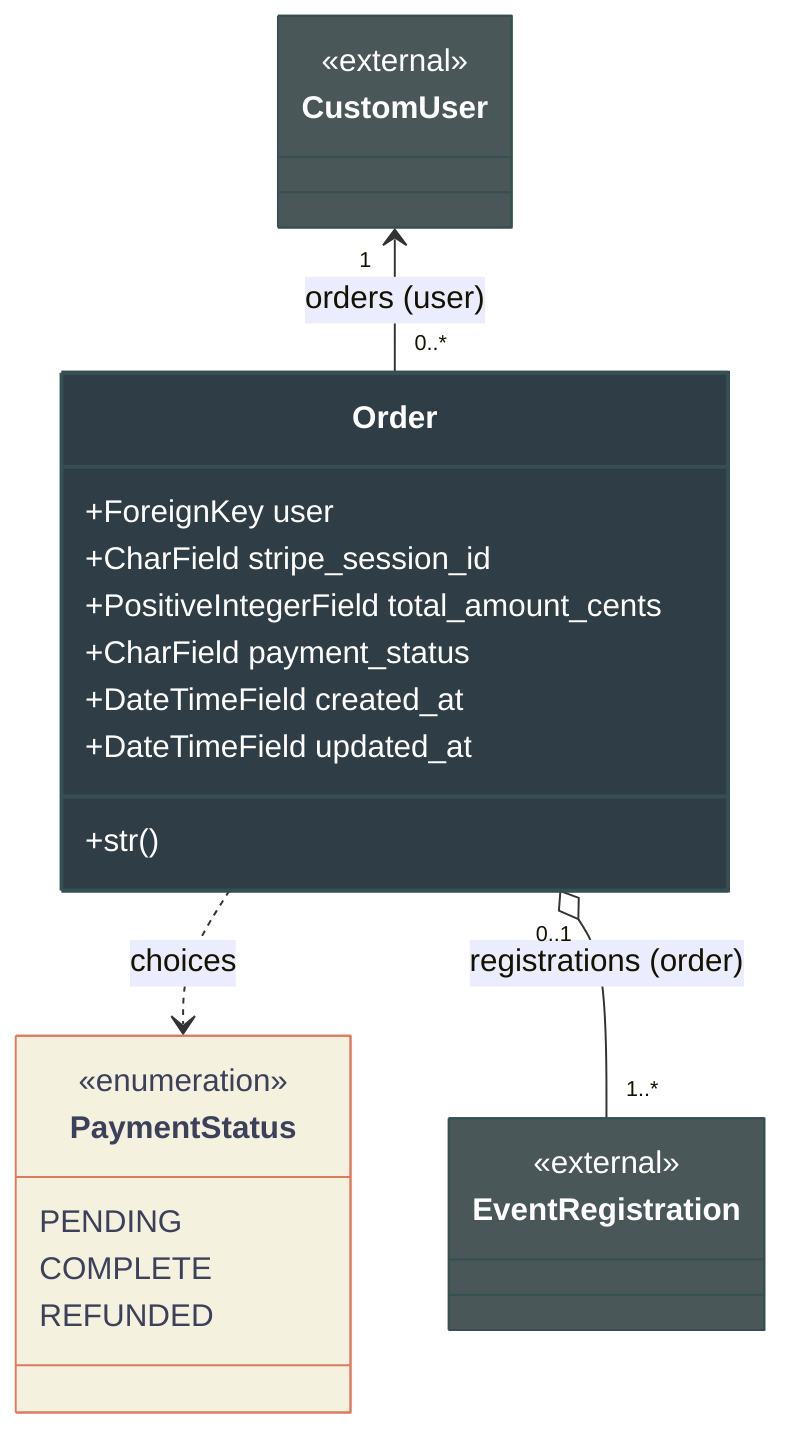
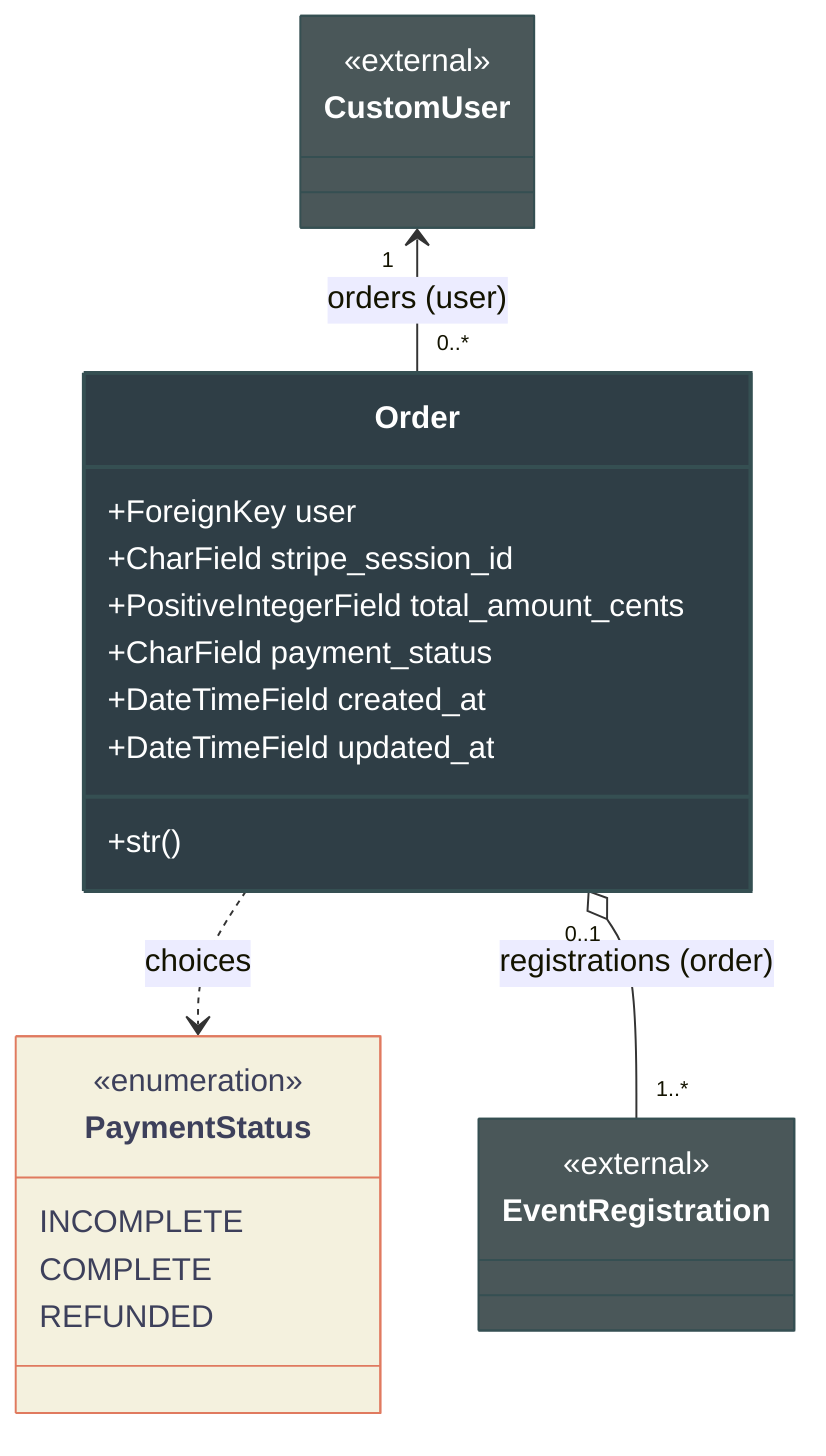
classDiagram
    direction TB

    %% Enums
    class PaymentStatus {
        <<enumeration>>
-         PENDING
+         INCOMPLETE
        COMPLETE
        REFUNDED
    }

    %% Main App Models
    class Order {
        +ForeignKey user
        +CharField stripe_session_id
        +PositiveIntegerField total_amount_cents
        +CharField payment_status
        +DateTimeField created_at
        +DateTimeField updated_at
        +str()
    }

    %% External Cross-App References
    class CustomUser {
        <<external>>
    }
    class EventRegistration {
        <<external>>
    }

    %% Establishing Data Relationships
    Order ..> PaymentStatus : choices

    %% Cross-App Hooks
    CustomUser "1" <-- "0..*" Order : orders (user)
    Order "0..1" o-- "1..*" EventRegistration : registrations (order)

    %% STYLING: Nordic Minimalist
    %% Core Transaction Entities (Deep Slate Blue)
    style Order fill:#2f3e46,stroke:#354f52,stroke-width:2px,color:#fff

    %% Choices Enums (Muted Sand/Cream)
    style PaymentStatus fill:#f4f1de,stroke:#e07a5f,stroke-width:1px,color:#3d405b

    %% External Dependencies (Light Charcoal / Gray Border)
    style CustomUser fill:#4a5759,stroke:#354f52,stroke-width:1px,color:#fff
    style EventRegistration fill:#4a5759,stroke:#354f52,stroke-width:1px,color:#fff